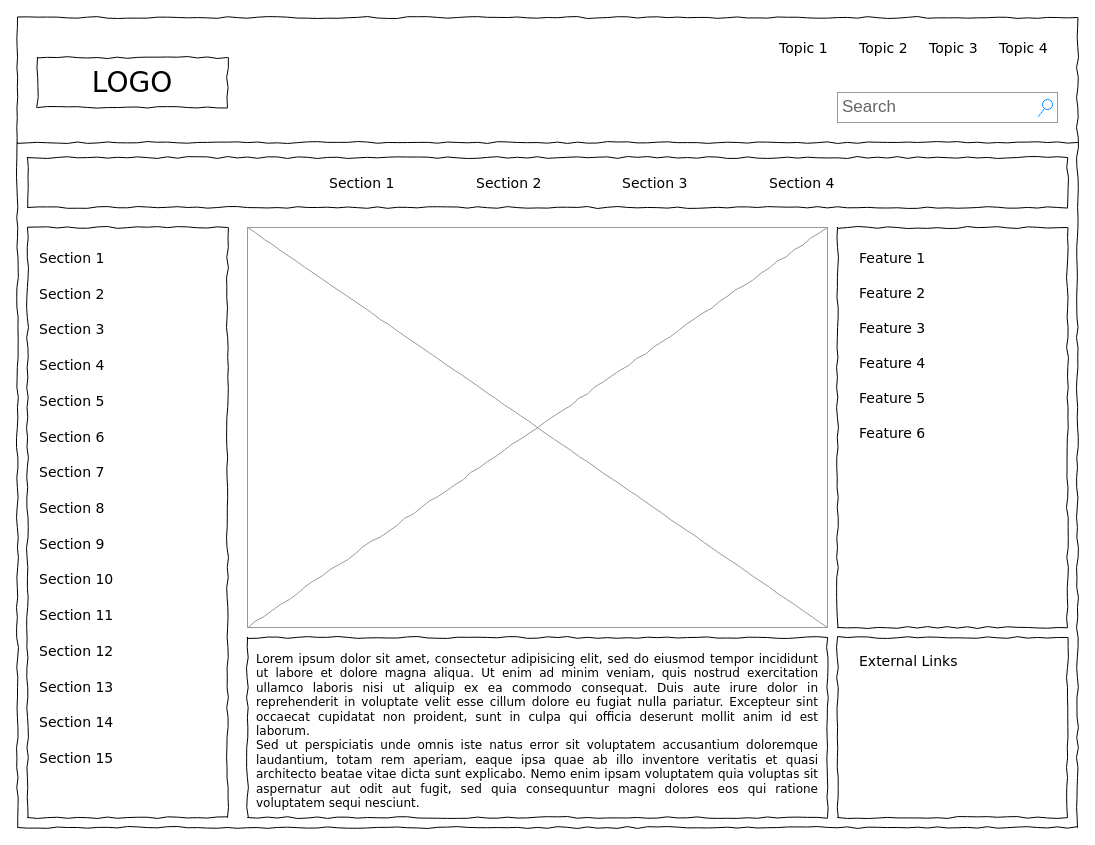
This is restaurant2-Diagram.drawio from abhi73474/draw-io, a draw.io file, before an edit. Source tidied: cells renumbered, new cells numbered last; positions are measured from the earlier drawing's top-left corner, leaving out a move shared by most shapes. Both pictures are drawn from the tidied source at 100%, with x=0, y=0 at pixel (17, 17).
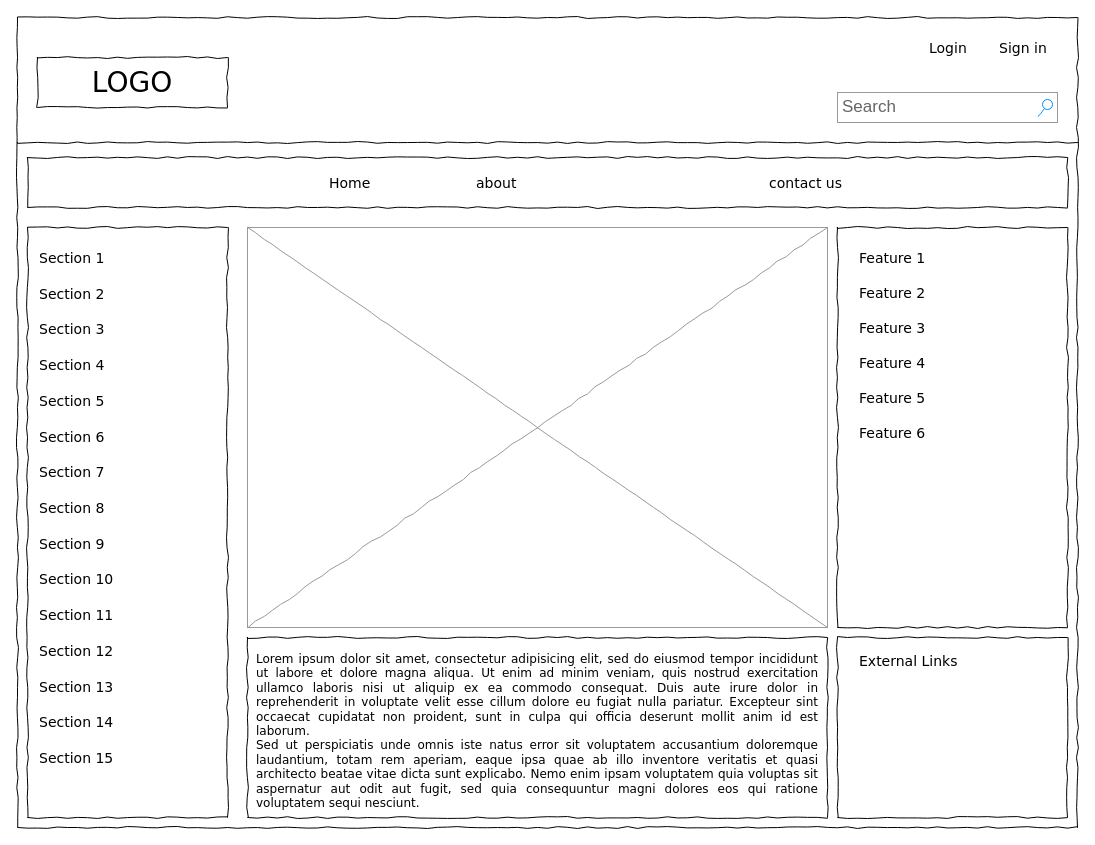
The same page after the edit.

Change to the diagram source:
```diff
@@
-    <mxCell id="5" value="Topic 1" style="text;html=1;align=left;verticalAlign=top;spacingTop=-4;fontSize=14;fontFamily=Verdana;" parent="1" vertex="1">
-      <mxGeometry x="760" y="20" width="60" height="20" as="geometry" />
-    </mxCell>
-    <mxCell id="6" value="Topic 2" style="text;html=1;align=left;verticalAlign=top;spacingTop=-4;fontSize=14;fontFamily=Verdana;" parent="1" vertex="1">
-      <mxGeometry x="840" y="20" width="60" height="20" as="geometry" />
-    </mxCell>
-    <mxCell id="7" value="Topic 3" style="text;html=1;align=left;verticalAlign=top;spacingTop=-4;fontSize=14;fontFamily=Verdana;" parent="1" vertex="1">
+    <mxCell id="7" value="Login" style="text;html=1;align=left;verticalAlign=top;spacingTop=-4;fontSize=14;fontFamily=Verdana;" parent="1" vertex="1">
       <mxGeometry x="910" y="20" width="60" height="20" as="geometry" />
     </mxCell>
-    <mxCell id="8" value="Topic 4" style="text;html=1;align=left;verticalAlign=top;spacingTop=-4;fontSize=14;fontFamily=Verdana;" parent="1" vertex="1">
+    <mxCell id="8" value="Sign in" style="text;html=1;align=left;verticalAlign=top;spacingTop=-4;fontSize=14;fontFamily=Verdana;" parent="1" vertex="1">
       <mxGeometry x="980" y="20" width="60" height="20" as="geometry" />
     </mxCell>
@@
-    <mxCell id="12" value="Section 1" style="text;html=1;align=left;verticalAlign=top;spacingTop=-4;fontSize=14;fontFamily=Verdana;" parent="1" vertex="1">
+    <mxCell id="12" value="Home" style="text;html=1;align=left;verticalAlign=top;spacingTop=-4;fontSize=14;fontFamily=Verdana;" parent="1" vertex="1">
       <mxGeometry x="310" y="155" width="60" height="20" as="geometry" />
     </mxCell>
-    <mxCell id="13" value="Section 2" style="text;html=1;align=left;verticalAlign=top;spacingTop=-4;fontSize=14;fontFamily=Verdana;" parent="1" vertex="1">
+    <mxCell id="13" value="about" style="text;html=1;align=left;verticalAlign=top;spacingTop=-4;fontSize=14;fontFamily=Verdana;" parent="1" vertex="1">
       <mxGeometry x="457" y="155" width="60" height="20" as="geometry" />
     </mxCell>
-    <mxCell id="14" value="Section 3" style="text;html=1;align=left;verticalAlign=top;spacingTop=-4;fontSize=14;fontFamily=Verdana;" parent="1" vertex="1">
-      <mxGeometry x="603" y="155" width="60" height="20" as="geometry" />
-    </mxCell>
-    <mxCell id="15" value="Section 4" style="text;html=1;align=left;verticalAlign=top;spacingTop=-4;fontSize=14;fontFamily=Verdana;" parent="1" vertex="1">
+    <mxCell id="15" value="contact us&amp;nbsp;" style="text;html=1;align=left;verticalAlign=top;spacingTop=-4;fontSize=14;fontFamily=Verdana;" parent="1" vertex="1">
       <mxGeometry x="750" y="155" width="60" height="20" as="geometry" />
     </mxCell>
```
